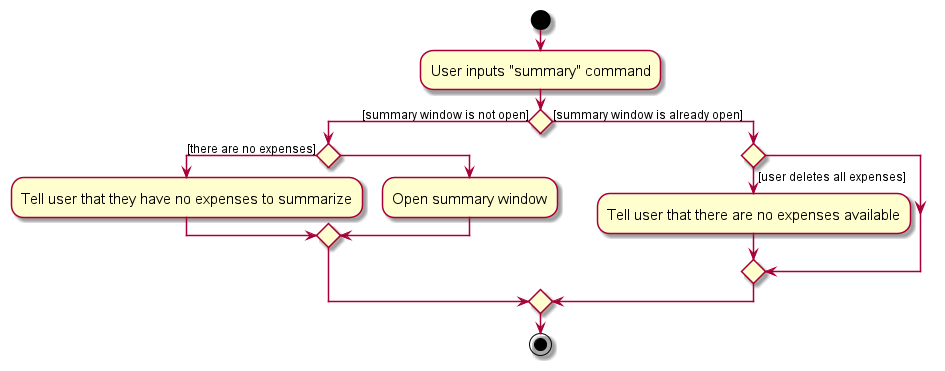
The PlantUML diagram docs/images/unicash/SummaryActivityDiagram.png in woojiahao/tp, before a commit.
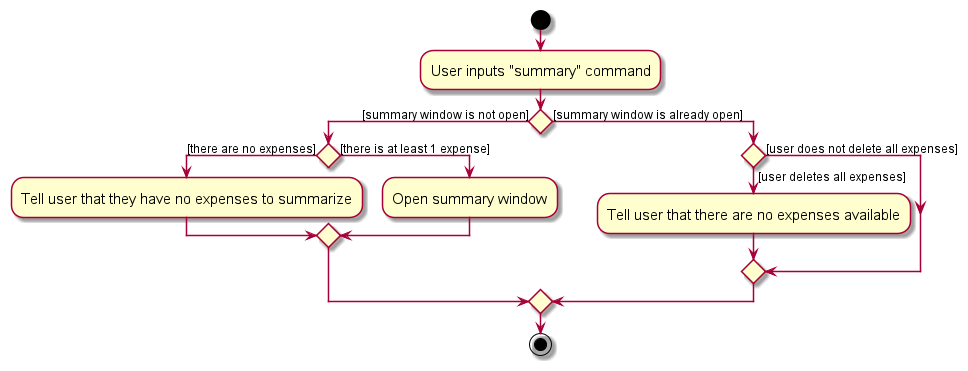
Above is the later version.

The edit, as a diff of the source:
```diff
@@ -9,12 +9,13 @@
 if () then ([summary window is not open])
   if () then ([there are no expenses])
     :Tell user that they have no expenses to summarize;
-  else ()
+  else ([there is at least 1 expense])
     :Open summary window;
   endif
 else ([summary window is already open])
   if () then ([user deletes all expenses])
     :Tell user that there are no expenses available;
+  else ([user does not delete all expenses])
   endif
 endif
 
```
